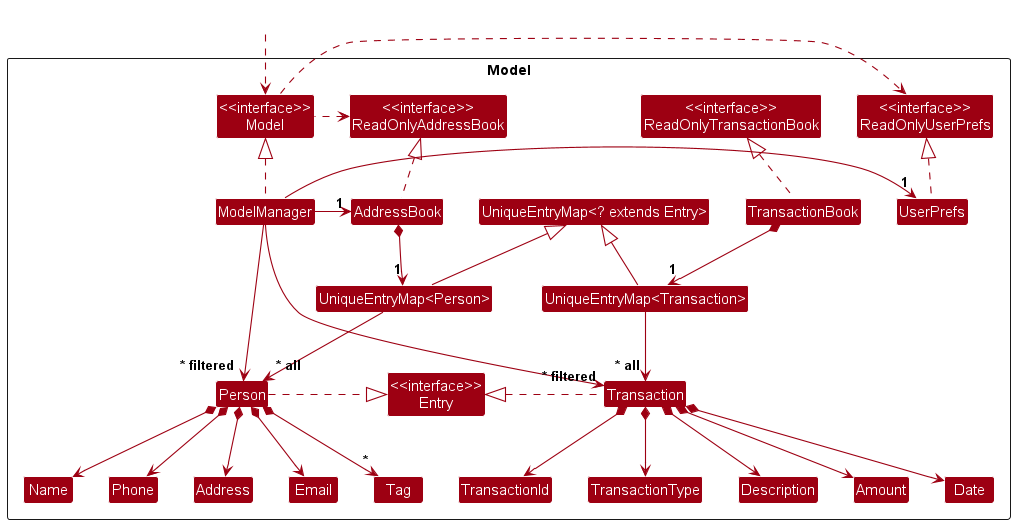
Before: docs/images/ModelClassDiagram.png, a diagram exported from PlantUML (nus-cs2103-AY2324S1/tp).
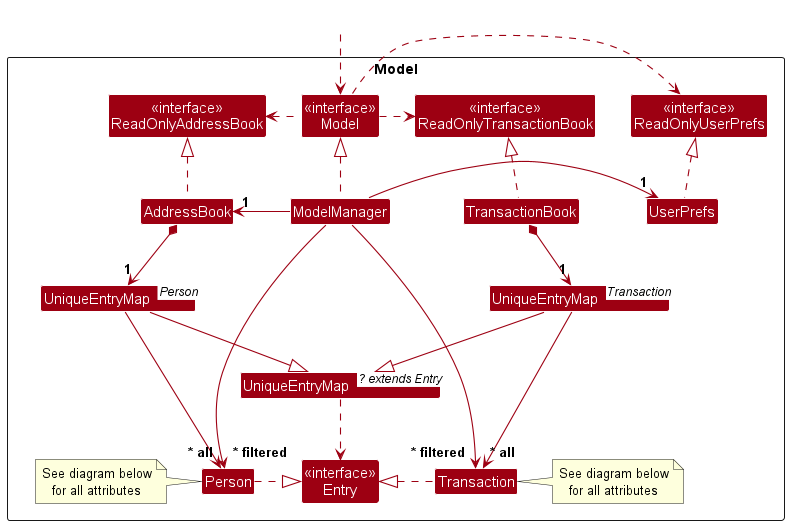
Above is the later version.

Commit message:
Split transaction, person attributes into separate class diagrams, use newer generic notation for class diagrams

Change to the diagram source:
```diff
@@ -16,23 +16,17 @@
 Class UserPrefs
 
 Class Person
-Class Address
-Class Email
-Class Name
-Class Phone
-Class Tag
+note left: See diagram below\nfor all attributes
 Class Transaction
-Class TransactionId
-Class TransactionType
-Class Description
-Class Amount
-Class Date
+note right: See diagram below\nfor all attributes
 
 Class "UniqueEntryMap<? extends Entry>" as UniqueEntryMap_T
 Class "UniqueEntryMap<Person>" as UniqueEntryMap_Person
 Class "UniqueEntryMap<Transaction>" as UniqueEntryMap_Transaction
-UniqueEntryMap_T <|-- UniqueEntryMap_Person
-UniqueEntryMap_T <|-- UniqueEntryMap_Transaction
+UniqueEntryMap_T <|-up- UniqueEntryMap_Person
+UniqueEntryMap_T <|-up- UniqueEntryMap_Transaction
+UniqueEntryMap_T .down.> Entry
+UniqueEntryMap_T -[hidden]up-> ModelManager
 
 Class I #FFFFFF
 }
@@ -46,6 +40,7 @@
 ModelManager .up.|> Model
 Model .right.> ReadOnlyUserPrefs
 Model .left.> ReadOnlyAddressBook
+Model .right.> ReadOnlyTransactionBook
 ModelManager -left-> "1" AddressBook
 ModelManager -right-> "1" UserPrefs
 UserPrefs .up.|> ReadOnlyUserPrefs
@@ -54,24 +49,10 @@
 UniqueEntryMap_Person --> "~* all" Person
 UniqueEntryMap_Transaction --> "~* all" Transaction
 Person .right.|> Entry
-Person *--> Name
-Person *--> Phone
-Person *--> Email
-Person *--> Address
-Person *--> "*" Tag
 TransactionBook *--> "1" UniqueEntryMap_Transaction
 Transaction .left.|> Entry
-Transaction *--> TransactionId
-Transaction *--> TransactionType
-Transaction *--> Description
-Transaction *--> Amount
-Transaction *--> Date
 
-Person -[hidden]up--> I
-
-Name -[hidden]right-> Phone
-Phone -[hidden]right-> Address
-Address -[hidden]right-> Email
+Person -[hidden]up-> UniqueEntryMap_T
 
 ModelManager --> "~* filtered" Person
 ModelManager --> "~* filtered" Transaction
```
